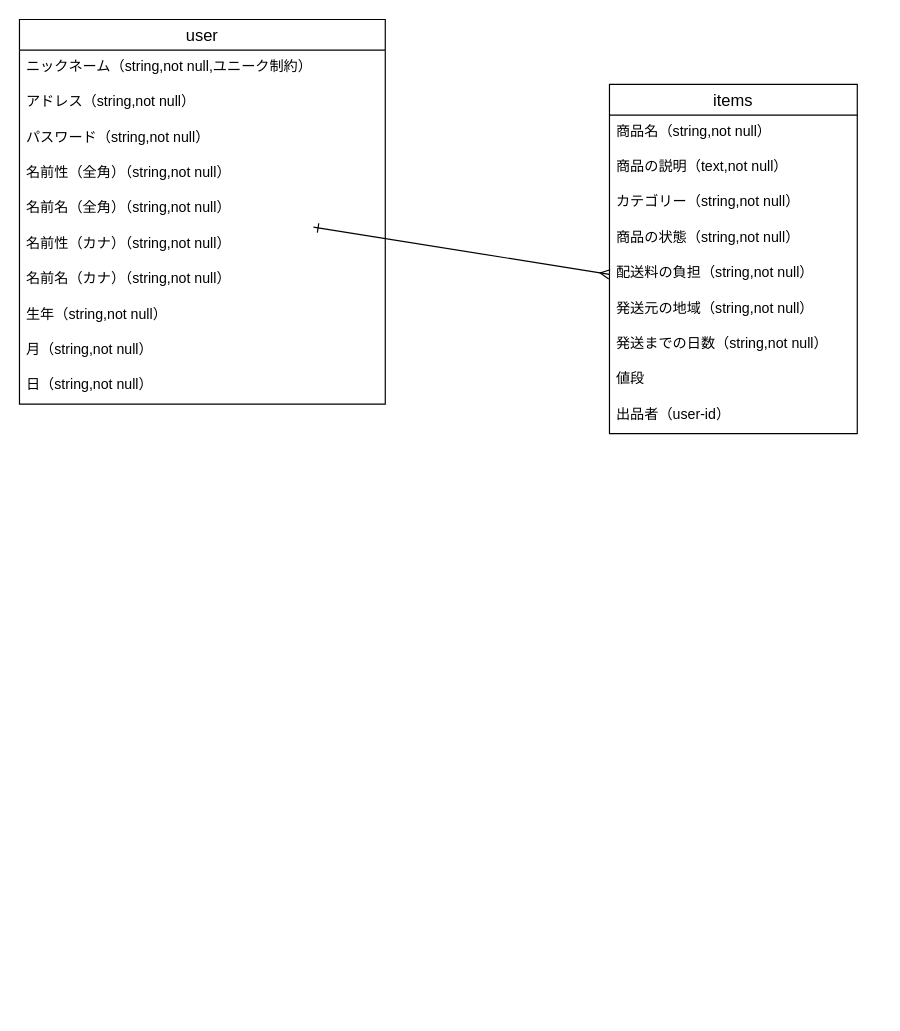
The draw.io diagram date.dio in naomi0427/furima-38707, before the edit. Source tidied: cells renumbered, new cells numbered last; positions are measured from the earlier drawing's top-left corner, leaving out a move shared by most shapes. Both pictures are drawn from the tidied source at 118%, with x=0, y=0 at pixel (19, 19).
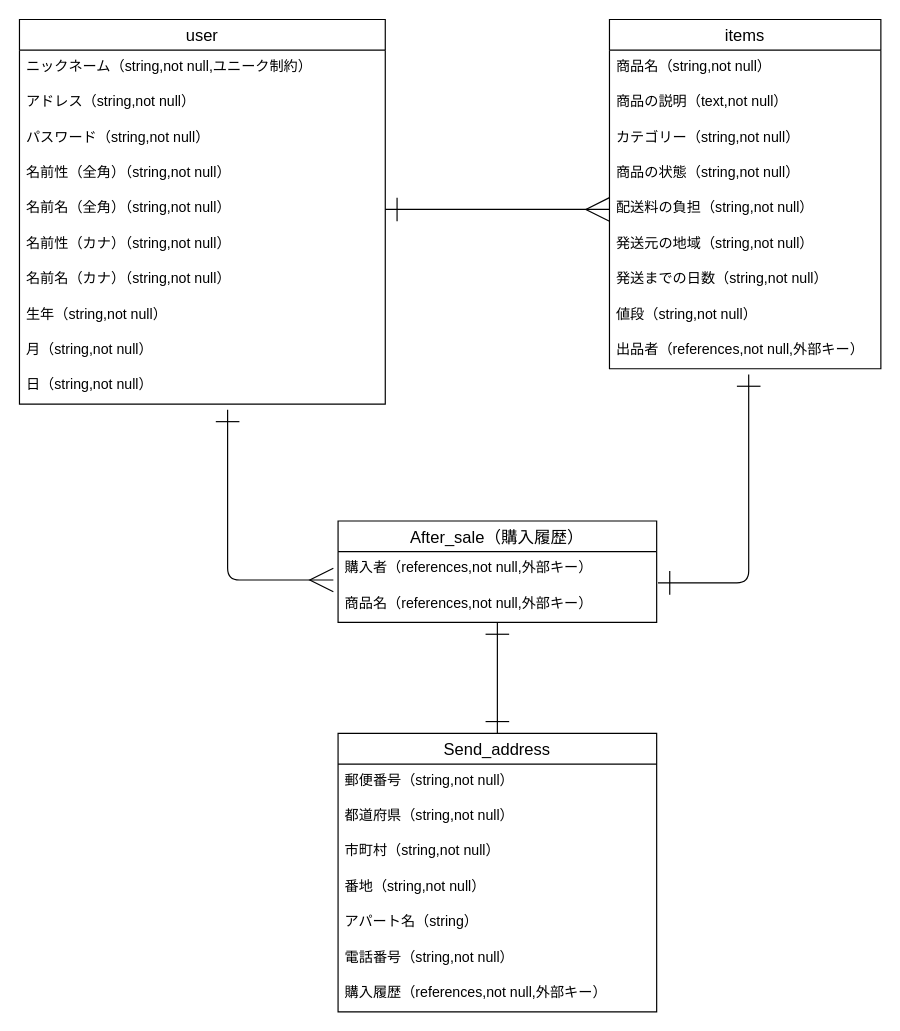
Above is the later version.

Commit message (it also covers changes not shown here):
ER図・README作成

Unchanged cells that the change refers to:
```xml
<mxCell id="7" value="名前名（全角）（string,not null）" style="text;strokeColor=none;fillColor=none;spacingLeft=4;spacingRight=4;overflow=hidden;points=[[0,0.5],[1,0.5]];portConstraint=eastwest;fontSize=12;" parent="2" vertex="1">
  <mxGeometry y="146" width="310" height="30" as="geometry" />
</mxCell>
<mxCell id="12" value="日（string,not null）" style="text;strokeColor=none;fillColor=none;spacingLeft=4;spacingRight=4;overflow=hidden;points=[[0,0.5],[1,0.5]];portConstraint=eastwest;fontSize=12;" parent="2" vertex="1">
  <mxGeometry y="296" width="310" height="30" as="geometry" />
</mxCell>
```

Change to the diagram source:
```diff
@@
     <mxCell id="13" value="items" style="swimlane;fontStyle=0;horizontal=1;startSize=26;align=center;fontSize=14;" parent="1" vertex="1">
-      <mxGeometry x="500" y="55" width="210" height="296" as="geometry" />
+      <mxGeometry x="500" width="230" height="296" as="geometry" />
     </mxCell>
     <mxCell id="14" value="商品名（string,not null）" style="text;strokeColor=none;fillColor=none;spacingLeft=4;spacingRight=4;overflow=hidden;fontSize=12;" parent="13" vertex="1">
-      <mxGeometry y="26" width="210" height="30" as="geometry" />
+      <mxGeometry y="26" width="230" height="30" as="geometry" />
     </mxCell>
     <mxCell id="15" value="商品の説明（text,not null）" style="text;strokeColor=none;fillColor=none;spacingLeft=4;spacingRight=4;overflow=hidden;fontSize=12;" parent="13" vertex="1">
-      <mxGeometry y="56" width="210" height="30" as="geometry" />
+      <mxGeometry y="56" width="230" height="30" as="geometry" />
     </mxCell>
     <mxCell id="16" value="カテゴリー（string,not null）&#10;" style="text;strokeColor=none;fillColor=none;spacingLeft=4;spacingRight=4;overflow=hidden;fontSize=12;" parent="13" vertex="1">
-      <mxGeometry y="86" width="210" height="30" as="geometry" />
+      <mxGeometry y="86" width="230" height="30" as="geometry" />
     </mxCell>
     <mxCell id="17" value="商品の状態（string,not null）" style="text;strokeColor=none;fillColor=none;spacingLeft=4;spacingRight=4;overflow=hidden;fontSize=12;" parent="13" vertex="1">
-      <mxGeometry y="116" width="210" height="30" as="geometry" />
+      <mxGeometry y="116" width="230" height="30" as="geometry" />
     </mxCell>
     <mxCell id="18" value="配送料の負担（string,not null）" style="text;strokeColor=none;fillColor=none;spacingLeft=4;spacingRight=4;overflow=hidden;points=[[0,0.5],[1,0.5]];portConstraint=eastwest;fontSize=12;" parent="13" vertex="1">
-      <mxGeometry y="146" width="210" height="30" as="geometry" />
+      <mxGeometry y="146" width="230" height="30" as="geometry" />
     </mxCell>
     <mxCell id="19" value="発送元の地域（string,not null）" style="text;strokeColor=none;fillColor=none;spacingLeft=4;spacingRight=4;overflow=hidden;fontSize=12;" parent="13" vertex="1">
-      <mxGeometry y="176" width="210" height="30" as="geometry" />
+      <mxGeometry y="176" width="230" height="30" as="geometry" />
     </mxCell>
     <mxCell id="20" value="発送までの日数（string,not null）" style="text;strokeColor=none;fillColor=none;spacingLeft=4;spacingRight=4;overflow=hidden;fontSize=12;" parent="13" vertex="1">
-      <mxGeometry y="206" width="210" height="30" as="geometry" />
+      <mxGeometry y="206" width="230" height="30" as="geometry" />
     </mxCell>
-    <mxCell id="21" value="値段" style="text;strokeColor=none;fillColor=none;spacingLeft=4;spacingRight=4;overflow=hidden;fontSize=12;" parent="13" vertex="1">
-      <mxGeometry y="236" width="210" height="30" as="geometry" />
+    <mxCell id="21" value="値段（string,not null）" style="text;strokeColor=none;fillColor=none;spacingLeft=4;spacingRight=4;overflow=hidden;fontSize=12;" parent="13" vertex="1">
+      <mxGeometry y="236" width="230" height="30" as="geometry" />
     </mxCell>
-    <mxCell id="22" value="出品者（user-id）" style="text;strokeColor=none;fillColor=none;spacingLeft=4;spacingRight=4;overflow=hidden;points=[[0,0.5],[1,0.5]];portConstraint=eastwest;fontSize=12;" parent="13" vertex="1">
-      <mxGeometry y="266" width="210" height="30" as="geometry" />
+    <mxCell id="22" value="出品者（references,not null,外部キー）" style="text;strokeColor=none;fillColor=none;spacingLeft=4;spacingRight=4;overflow=hidden;points=[[0,0.5],[1,0.5]];portConstraint=eastwest;fontSize=12;" parent="13" vertex="1">
+      <mxGeometry y="266" width="230" height="30" as="geometry" />
     </mxCell>
-    <mxCell id="23" style="edgeStyle=none;html=1;entryX=0;entryY=0.5;entryDx=0;entryDy=0;startArrow=ERone;startFill=0;endArrow=ERmany;endFill=0;" parent="1" edge="1" source="7" target="18">
+    <mxCell id="23" style="edgeStyle=none;html=1;entryX=0;entryY=0.5;entryDx=0;entryDy=0;startArrow=ERone;startFill=0;endArrow=ERmany;endFill=0;endSize=18;startSize=18;" parent="1" edge="1" source="7" target="18">
       <mxGeometry relative="1" as="geometry" />
     </mxCell>
+    <mxCell id="24" style="edgeStyle=orthogonalEdgeStyle;jumpSize=6;html=1;entryX=0.5;entryY=0;entryDx=0;entryDy=0;startArrow=ERone;startFill=0;endArrow=ERone;endFill=0;startSize=18;endSize=18;" parent="1" edge="1" source="25" target="30">
+      <mxGeometry relative="1" as="geometry" />
+    </mxCell>
+    <mxCell id="25" value="After_sale（購入履歴）" style="swimlane;fontStyle=0;horizontal=1;startSize=26;align=center;fontSize=14;" parent="1" vertex="1">
+      <mxGeometry x="270" y="425" width="270" height="86" as="geometry" />
+    </mxCell>
+    <mxCell id="26" value="購入者（references,not null,外部キー）" style="text;strokeColor=none;fillColor=none;spacingLeft=4;spacingRight=4;overflow=hidden;fontSize=12;" parent="25" vertex="1">
+      <mxGeometry y="26" width="270" height="30" as="geometry" />
+    </mxCell>
+    <mxCell id="27" value="商品名（references,not null,外部キー）" style="text;strokeColor=none;fillColor=none;spacingLeft=4;spacingRight=4;overflow=hidden;points=[[0,0.5],[1,0.5]];portConstraint=eastwest;fontSize=12;" parent="25" vertex="1">
+      <mxGeometry y="56" width="270" height="30" as="geometry" />
+    </mxCell>
+    <mxCell id="28" style="edgeStyle=orthogonalEdgeStyle;html=1;exitX=0.569;exitY=1.161;exitDx=0;exitDy=0;startArrow=ERone;startFill=0;endArrow=ERmany;endFill=0;endSize=18;startSize=18;exitPerimeter=0;jumpSize=6;" parent="1" edge="1" source="12">
+      <mxGeometry relative="1" as="geometry">
+        <mxPoint x="266" y="475" as="targetPoint" />
+        <Array as="points">
+          <mxPoint x="176" y="475" />
+          <mxPoint x="266" y="475" />
+        </Array>
+      </mxGeometry>
+    </mxCell>
+    <mxCell id="29" style="edgeStyle=orthogonalEdgeStyle;jumpSize=6;html=1;entryX=1.004;entryY=-0.117;entryDx=0;entryDy=0;startArrow=ERone;startFill=0;endArrow=ERone;endFill=0;startSize=18;endSize=18;exitX=0.513;exitY=1.161;exitDx=0;exitDy=0;exitPerimeter=0;entryPerimeter=0;" parent="1" edge="1" source="22" target="27">
+      <mxGeometry relative="1" as="geometry">
+        <Array as="points">
+          <mxPoint x="618" y="477" />
+        </Array>
+      </mxGeometry>
+    </mxCell>
+    <mxCell id="30" value="Send_address" style="swimlane;fontStyle=0;horizontal=1;startSize=26;align=center;fontSize=14;" parent="1" vertex="1">
+      <mxGeometry x="270" y="605" width="270" height="236" as="geometry" />
+    </mxCell>
+    <mxCell id="31" value="郵便番号（string,not null）" style="text;strokeColor=none;fillColor=none;spacingLeft=4;spacingRight=4;overflow=hidden;fontSize=12;" parent="30" vertex="1">
+      <mxGeometry y="26" width="270" height="30" as="geometry" />
+    </mxCell>
+    <mxCell id="32" value="都道府県（string,not null）" style="text;strokeColor=none;fillColor=none;spacingLeft=4;spacingRight=4;overflow=hidden;fontSize=12;" parent="30" vertex="1">
+      <mxGeometry y="56" width="270" height="30" as="geometry" />
+    </mxCell>
+    <mxCell id="33" value="市町村（string,not null）" style="text;strokeColor=none;fillColor=none;spacingLeft=4;spacingRight=4;overflow=hidden;fontSize=12;" parent="30" vertex="1">
+      <mxGeometry y="86" width="270" height="30" as="geometry" />
+    </mxCell>
+    <mxCell id="34" value="番地（string,not null）" style="text;strokeColor=none;fillColor=none;spacingLeft=4;spacingRight=4;overflow=hidden;fontSize=12;" parent="30" vertex="1">
+      <mxGeometry y="116" width="270" height="30" as="geometry" />
+    </mxCell>
+    <mxCell id="35" value="アパート名（string）" style="text;strokeColor=none;fillColor=none;spacingLeft=4;spacingRight=4;overflow=hidden;fontSize=12;" parent="30" vertex="1">
+      <mxGeometry y="146" width="270" height="30" as="geometry" />
+    </mxCell>
+    <mxCell id="36" value="電話番号（string,not null）" style="text;strokeColor=none;fillColor=none;spacingLeft=4;spacingRight=4;overflow=hidden;fontSize=12;" parent="30" vertex="1">
+      <mxGeometry y="176" width="270" height="30" as="geometry" />
+    </mxCell>
+    <mxCell id="37" value="購入履歴（references,not null,外部キー）" style="text;strokeColor=none;fillColor=none;spacingLeft=4;spacingRight=4;overflow=hidden;fontSize=12;" parent="30" vertex="1">
+      <mxGeometry y="206" width="270" height="30" as="geometry" />
+    </mxCell>
```
